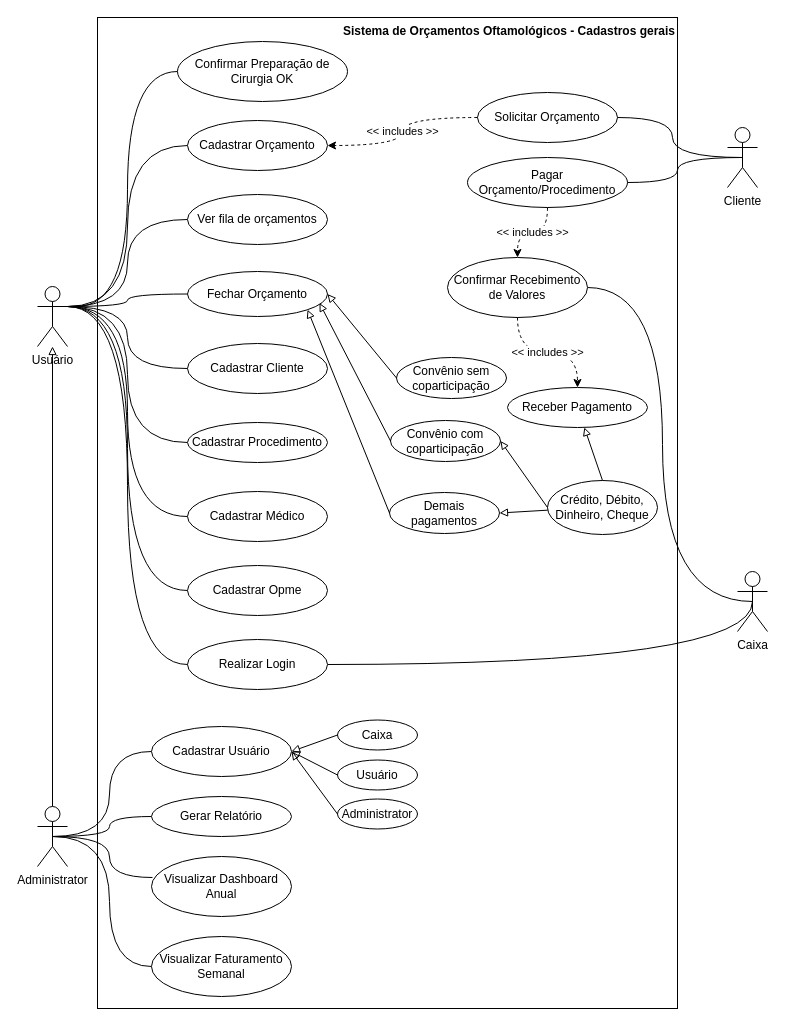
Earlier version of the draw.io diagram page "UML Use Cases 1" (2 of 3) of 0_docs/pic2-diagramas.drawio (marcosmorais5/cruzeiro-pit-ii). Source tidied: cells renumbered, new cells numbered last; positions are measured from the earlier drawing's top-left corner, leaving out a move shared by most shapes. Both pictures are drawn from the tidied source at 100%, with x=0, y=0 at pixel (37, 17).
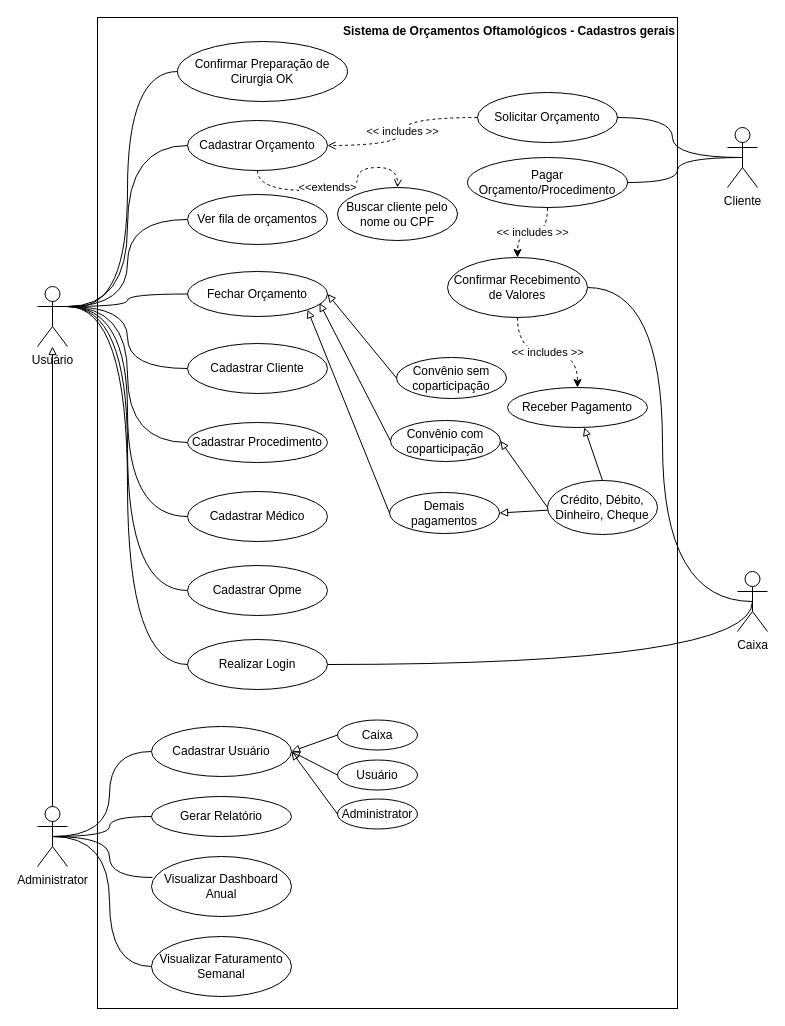
The same page after the edit.

Commit message:
Diagramas UML

Unchanged cells that the change refers to:
```xml
<mxCell id="14" value="Cadastrar Orçamento" style="ellipse;whiteSpace=wrap;html=1;" parent="1" vertex="1">
  <mxGeometry x="150" y="103" width="140" height="50" as="geometry" />
</mxCell>
<mxCell id="55" value="Solicitar Orçamento" style="ellipse;whiteSpace=wrap;html=1;" parent="1" vertex="1">
  <mxGeometry x="440" y="75" width="140" height="50" as="geometry" />
</mxCell>
```

What changed in the source:
```diff
@@
-    <mxCell id="56" value="&amp;lt;&amp;lt; includes &amp;gt;&amp;gt;" style="edgeStyle=orthogonalEdgeStyle;rounded=0;jettySize=auto;html=1;exitX=0;exitY=0.5;exitDx=0;exitDy=0;dashed=1;curved=1;" parent="1" edge="1" source="55" target="14">
+    <mxCell id="56" value="&amp;lt;&amp;lt; includes &amp;gt;&amp;gt;" style="edgeStyle=orthogonalEdgeStyle;rounded=0;jettySize=auto;html=1;exitX=0;exitY=0.5;exitDx=0;exitDy=0;dashed=1;curved=1;endArrow=open;endFill=0;" parent="1" edge="1" source="55" target="14">
       <mxGeometry relative="1" as="geometry" />
     </mxCell>
@@
+    <mxCell id="61" value="Buscar cliente pelo nome ou CPF" style="ellipse;whiteSpace=wrap;html=1;" parent="1" vertex="1">
+      <mxGeometry x="300" y="170" width="120" height="53" as="geometry" />
+    </mxCell>
+    <mxCell id="62" value="&amp;lt;&amp;lt;extends&amp;gt;" style="edgeStyle=orthogonalEdgeStyle;rounded=0;jettySize=auto;html=1;exitX=0.5;exitY=1;exitDx=0;exitDy=0;dashed=1;curved=1;endArrow=open;endFill=0;entryX=0.5;entryY=0;entryDx=0;entryDy=0;" parent="1" edge="1" source="14">
+      <mxGeometry x="-0.12" y="3" relative="1" as="geometry">
+        <mxPoint x="360" y="170" as="targetPoint" />
+        <Array as="points">
+          <mxPoint x="220" y="173" />
+          <mxPoint x="320" y="173" />
+          <mxPoint x="320" y="150" />
+          <mxPoint x="361" y="150" />
+        </Array>
+      </mxGeometry>
+    </mxCell>
```
